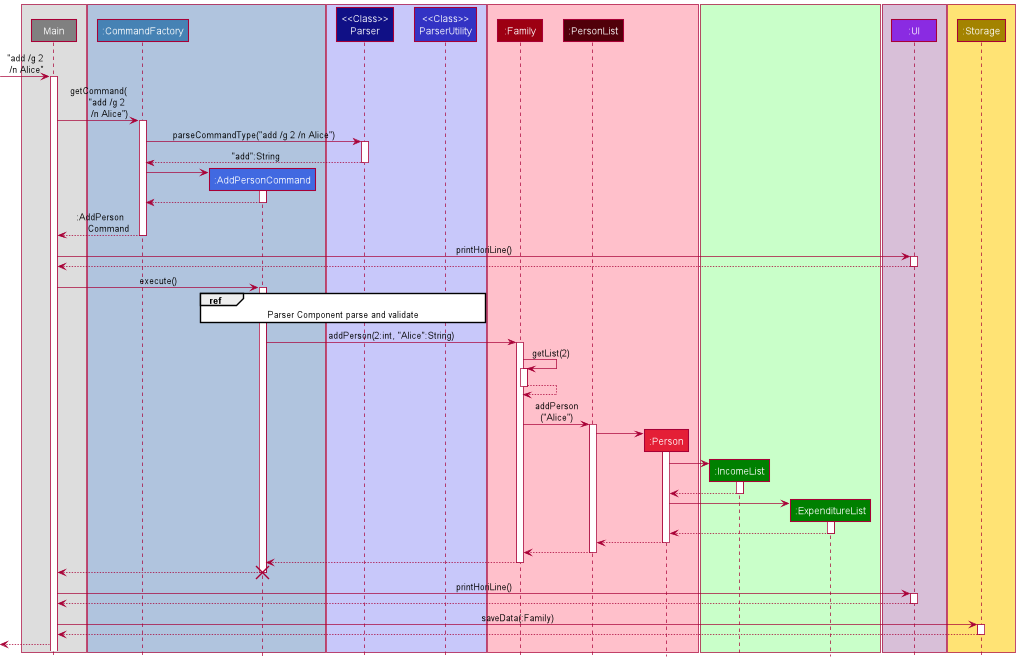
nus-cs2113-AY2122S2/tp keeps this PlantUML diagram as docs/images/ArchitectureSequenceDiagram.png. Above is the earlier version.
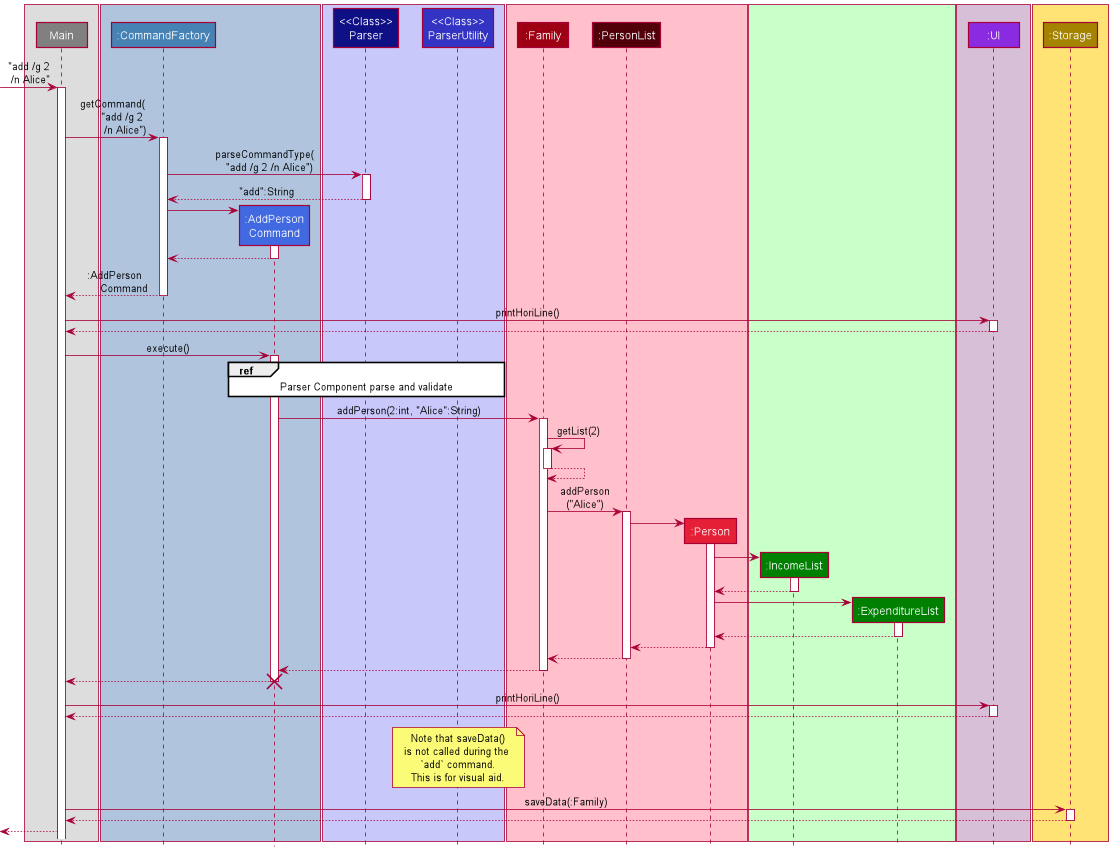
After the commit.

Commit message:
Update ArchitectureSequenceDiagram to reduce width

The edit, as a diff of the source:
```diff
@@ -6,7 +6,7 @@
 end box
 box COMMAND_COLOR_T2
 Participant ":CommandFactory" as Commands COMMAND_COLOR
-Participant ":AddPersonCommand" as Commands2 COMMAND_COLOR_T1
+Participant ":AddPerson\nCommand" as Commands2 COMMAND_COLOR_T1
 end box
 box LOGIC_COLOR_T3
 Participant "<<Class>>\nParser" as Parser LOGIC_COLOR
@@ -33,7 +33,7 @@
 Main -> Commands : getCommand(\n      "add /g 2\n        /n Alice")
 
 activate Commands
-Commands -> Parser : parseCommandType("add /g 2 /n Alice")
+Commands -> Parser : parseCommandType(\n   "add /g 2 /n Alice")
 activate Parser
 Parser --> Commands : "add":String
 deactivate Parser
@@ -105,6 +105,7 @@
 UI --> Main
 deactivate UI
 
+note over Parser2 : Note that saveData()\nis not called during the \n`add` command.\nThis is for visual aid.
 Main -> Storage : saveData(:Family)
 activate Storage
 Storage --> Main
```
